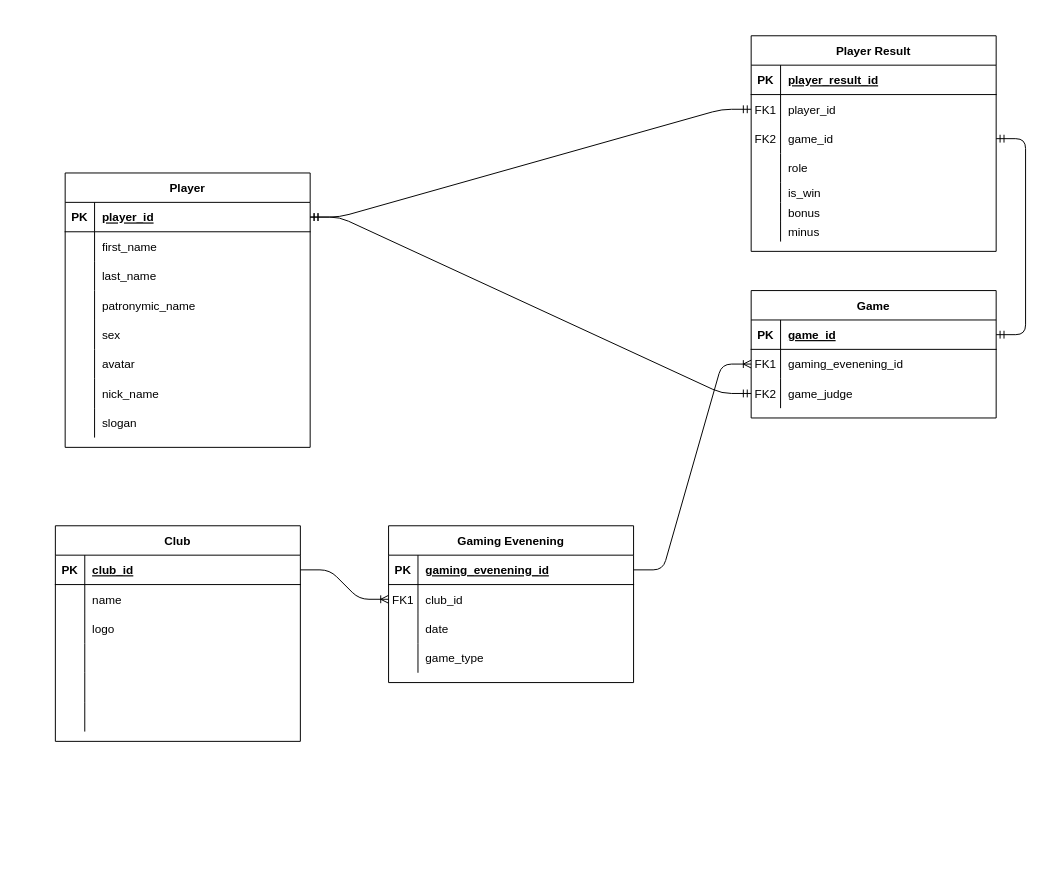
This is docs/Database.drawio from andrey-petritsa/MafiaManager, a draw.io file, before an edit. Source tidied: cells renumbered, new cells numbered last; positions are measured from the earlier drawing's top-left corner, leaving out a move shared by most shapes. Both pictures are drawn from the tidied source at 98%, with x=0, y=0 at pixel (55, 35).
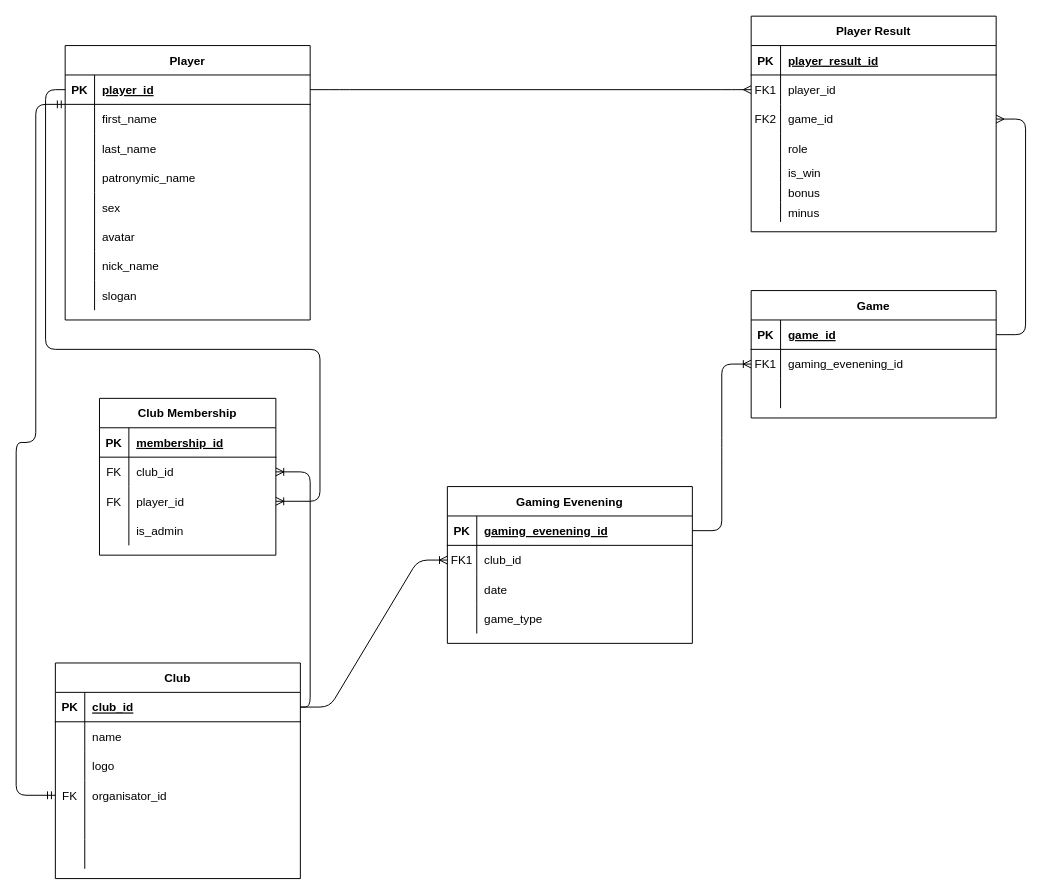
The same diagram, later.

The change refers to these unchanged cells:
```xml
<mxCell id="3" style="shape=partialRectangle;fillColor=none;points=[[0,0.5],[1,0.5]];portConstraint=eastwest;top=0;left=0;right=0;bottom=1;" parent="2" vertex="1">
  <mxGeometry y="30" width="250" height="30" as="geometry" />
</mxCell>
<mxCell id="9" style="shape=partialRectangle;fillColor=none;points=[[0,0.5],[1,0.5]];portConstraint=eastwest;top=0;left=0;right=0;bottom=0;" parent="2" vertex="1">
  <mxGeometry y="90" width="250" height="30" as="geometry" />
</mxCell>
<mxCell id="26" style="shape=partialRectangle;fillColor=none;points=[[0,0.5],[1,0.5]];portConstraint=eastwest;top=0;left=0;right=0;bottom=1;" parent="25" vertex="1">
  <mxGeometry y="30" width="250" height="30" as="geometry" />
</mxCell>
<mxCell id="51" style="shape=partialRectangle;fillColor=none;points=[[0,0.5],[1,0.5]];portConstraint=eastwest;top=0;left=0;right=0;bottom=1;" parent="50" vertex="1">
  <mxGeometry y="30" width="250" height="30" as="geometry" />
</mxCell>
<mxCell id="60" style="shape=partialRectangle;fillColor=none;points=[[0,0.5],[1,0.5]];portConstraint=eastwest;top=0;left=0;right=0;bottom=0;" parent="50" vertex="1">
  <mxGeometry y="120" width="250" height="30" as="geometry" />
</mxCell>
<mxCell id="75" style="shape=partialRectangle;fillColor=none;points=[[0,0.5],[1,0.5]];portConstraint=eastwest;top=0;left=0;right=0;bottom=0;" parent="71" vertex="1">
  <mxGeometry y="60" width="250" height="30" as="geometry" />
</mxCell>
<mxCell id="78" style="shape=partialRectangle;fillColor=none;points=[[0,0.5],[1,0.5]];portConstraint=eastwest;top=0;left=0;right=0;bottom=0;" parent="71" vertex="1">
  <mxGeometry y="90" width="250" height="30" as="geometry" />
</mxCell>
```

Diff of the diagram source:
```diff
@@
-    <mxCell id="10" value="FK2" style="shape=partialRectangle;overflow=hidden;fillColor=none;top=0;left=0;bottom=0;right=0;" parent="9" vertex="1">
+    <mxCell id="10" style="shape=partialRectangle;overflow=hidden;fillColor=none;top=0;left=0;bottom=0;right=0;" parent="9" vertex="1">
       <mxGeometry width="30" height="30" as="geometry" />
     </mxCell>
-    <mxCell id="11" value="game_judge" style="shape=partialRectangle;overflow=hidden;fillColor=none;top=0;left=0;bottom=0;right=0;align=left;spacingLeft=6;" parent="9" vertex="1">
+    <mxCell id="11" style="shape=partialRectangle;overflow=hidden;fillColor=none;top=0;left=0;bottom=0;right=0;align=left;spacingLeft=6;" parent="9" vertex="1">
       <mxGeometry x="30" width="220" height="30" as="geometry" />
     </mxCell>
     <mxCell id="12" value="Gaming Evenening" style="shape=table;startSize=30;childLayout=tableLayout;rowLines=0;fontStyle=1;align=center;" parent="1" vertex="1">
-      <mxGeometry x="340" y="500" width="250" height="160" as="geometry" />
+      <mxGeometry x="400" y="460" width="250" height="160" as="geometry" />
     </mxCell>
@@
     <mxCell id="25" value="Player" style="shape=table;startSize=30;childLayout=tableLayout;rowLines=0;fontStyle=1;align=center;" parent="1" vertex="1">
-      <mxGeometry x="10" y="140" width="250" height="280" as="geometry" />
+      <mxGeometry x="10" y="10" width="250" height="280" as="geometry" />
     </mxCell>
@@
     <mxCell id="50" value="Club" style="shape=table;startSize=30;childLayout=tableLayout;rowLines=0;fontStyle=1;align=center;" parent="1" vertex="1">
-      <mxGeometry y="500" width="250" height="220" as="geometry" />
+      <mxGeometry y="640" width="250" height="220" as="geometry" />
     </mxCell>
@@
-    <mxCell id="61" style="shape=partialRectangle;overflow=hidden;fillColor=none;top=0;left=0;bottom=0;right=0;" parent="60" vertex="1">
+    <mxCell id="61" value="FK" style="shape=partialRectangle;overflow=hidden;fillColor=none;top=0;left=0;bottom=0;right=0;" parent="60" vertex="1">
       <mxGeometry width="30" height="30" as="geometry" />
     </mxCell>
-    <mxCell id="62" style="shape=partialRectangle;overflow=hidden;fillColor=none;top=0;left=0;bottom=0;right=0;align=left;spacingLeft=6;" parent="60" vertex="1">
+    <mxCell id="62" value="organisator_id" style="shape=partialRectangle;overflow=hidden;fillColor=none;top=0;left=0;bottom=0;right=0;align=left;spacingLeft=6;" parent="60" vertex="1">
       <mxGeometry x="30" width="220" height="30" as="geometry" />
     </mxCell>
@@
     <mxCell id="71" value="Player Result" style="shape=table;startSize=30;childLayout=tableLayout;rowLines=0;fontStyle=1;align=center;" parent="1" vertex="1">
-      <mxGeometry x="710" width="250" height="220" as="geometry" />
+      <mxGeometry x="710" y="-20" width="250" height="220" as="geometry" />
     </mxCell>
@@
-    <mxCell id="93" style="edgeStyle=entityRelationEdgeStyle;fontSize=12;html=1;endArrow=ERmandOne;startArrow=ERmandOne;" parent="1" edge="1" source="26" target="75">
+    <mxCell id="93" style="edgeStyle=entityRelationEdgeStyle;fontSize=12;html=1;endArrow=ERmany;startArrow=none;startFill=0;endFill=0;" parent="1" edge="1" source="26" target="75">
       <mxGeometry relative="1" as="geometry" />
     </mxCell>
-    <mxCell id="94" style="edgeStyle=entityRelationEdgeStyle;fontSize=12;html=1;endArrow=ERmandOne;startArrow=ERmandOne;exitX=1;exitY=0.5;exitDx=0;exitDy=0;" parent="1" edge="1" source="3" target="78">
+    <mxCell id="94" style="edgeStyle=entityRelationEdgeStyle;fontSize=12;html=1;endArrow=ERmany;startArrow=none;exitX=1;exitY=0.5;exitDx=0;exitDy=0;startFill=0;endFill=0;" parent="1" edge="1" source="3" target="78">
       <mxGeometry relative="1" as="geometry" />
     </mxCell>
-    <mxCell id="95" style="edgeStyle=entityRelationEdgeStyle;fontSize=12;html=1;endArrow=ERmandOne;startArrow=ERmandOne;" parent="1" edge="1" source="9" target="26">
-      <mxGeometry relative="1" as="geometry" />
-    </mxCell>
+    <mxCell id="96" value="Club Membership" style="shape=table;startSize=30;childLayout=tableLayout;rowLines=0;fontStyle=1;align=center;" parent="1" vertex="1">
+      <mxGeometry x="45" y="370" width="180" height="160" as="geometry" />
+    </mxCell>
+    <mxCell id="97" style="shape=partialRectangle;fillColor=none;top=0;left=0;bottom=1;right=0;" parent="96" vertex="1">
+      <mxGeometry y="30" width="180" height="30" as="geometry" />
+    </mxCell>
+    <mxCell id="98" value="PK" style="shape=partialRectangle;fillColor=none;top=0;left=0;bottom=0;right=0;fontStyle=1;overflow=hidden;" parent="97" vertex="1">
+      <mxGeometry width="30" height="30" as="geometry" />
+    </mxCell>
+    <mxCell id="99" value="membership_id" style="shape=partialRectangle;fillColor=none;top=0;left=0;bottom=0;right=0;align=left;spacingLeft=6;fontStyle=5;overflow=hidden;" parent="97" vertex="1">
+      <mxGeometry x="30" width="150" height="30" as="geometry" />
+    </mxCell>
+    <mxCell id="100" style="shape=partialRectangle;fillColor=none;top=0;left=0;bottom=0;right=0;points=[[0,0.5],[1,0.5]];portConstraint=eastwest;" parent="96" vertex="1">
+      <mxGeometry y="60" width="180" height="30" as="geometry" />
+    </mxCell>
+    <mxCell id="101" value="FK" style="shape=partialRectangle;fillColor=none;top=0;left=0;bottom=0;right=0;overflow=hidden;" parent="100" vertex="1">
+      <mxGeometry width="30" height="30" as="geometry" />
+    </mxCell>
+    <mxCell id="102" value="club_id" style="shape=partialRectangle;fillColor=none;top=0;left=0;bottom=0;right=0;align=left;spacingLeft=6;overflow=hidden;" parent="100" vertex="1">
+      <mxGeometry x="30" width="150" height="30" as="geometry" />
+    </mxCell>
+    <mxCell id="103" style="shape=partialRectangle;fillColor=none;top=0;left=0;bottom=0;right=0;points=[[0,0.5],[1,0.5]];portConstraint=eastwest;" parent="96" vertex="1">
+      <mxGeometry y="90" width="180" height="30" as="geometry" />
+    </mxCell>
+    <mxCell id="104" value="FK" style="shape=partialRectangle;fillColor=none;top=0;left=0;bottom=0;right=0;overflow=hidden;" parent="103" vertex="1">
+      <mxGeometry width="30" height="30" as="geometry" />
+    </mxCell>
+    <mxCell id="105" value="player_id" style="shape=partialRectangle;fillColor=none;top=0;left=0;bottom=0;right=0;align=left;spacingLeft=6;overflow=hidden;" parent="103" vertex="1">
+      <mxGeometry x="30" width="150" height="30" as="geometry" />
+    </mxCell>
+    <mxCell id="106" style="shape=partialRectangle;fillColor=none;top=0;left=0;bottom=0;right=0;" parent="96" vertex="1">
+      <mxGeometry y="120" width="180" height="30" as="geometry" />
+    </mxCell>
+    <mxCell id="107" style="shape=partialRectangle;fillColor=none;top=0;left=0;bottom=0;right=0;overflow=hidden;" parent="106" vertex="1">
+      <mxGeometry width="30" height="30" as="geometry" />
+    </mxCell>
+    <mxCell id="108" value="is_admin" style="shape=partialRectangle;fillColor=none;top=0;left=0;bottom=0;right=0;align=left;spacingLeft=6;overflow=hidden;" parent="106" vertex="1">
+      <mxGeometry x="30" width="150" height="30" as="geometry" />
+    </mxCell>
+    <mxCell id="109" style="edgeStyle=orthogonalEdgeStyle;fontSize=12;html=1;endArrow=ERmandOne;startArrow=ERmandOne;" parent="1" edge="1" source="26" target="60">
+      <mxGeometry relative="1" as="geometry">
+        <Array as="points">
+          <mxPoint x="-20" y="70" />
+          <mxPoint x="-20" y="415" />
+          <mxPoint x="-40" y="415" />
+          <mxPoint x="-40" y="775" />
+        </Array>
+      </mxGeometry>
+    </mxCell>
+    <mxCell id="110" style="edgeStyle=orthogonalEdgeStyle;fontSize=12;html=1;endArrow=ERoneToMany;" parent="1" edge="1" source="26" target="103">
+      <mxGeometry relative="1" as="geometry">
+        <Array as="points">
+          <mxPoint x="-10" y="55" />
+          <mxPoint x="-10" y="320" />
+          <mxPoint x="270" y="320" />
+          <mxPoint x="270" y="475" />
+        </Array>
+      </mxGeometry>
+    </mxCell>
+    <mxCell id="111" style="edgeStyle=orthogonalEdgeStyle;fontSize=12;html=1;endArrow=ERoneToMany;entryX=1;entryY=0.5;entryDx=0;entryDy=0;" parent="1" edge="1" source="51" target="100">
+      <mxGeometry relative="1" as="geometry" />
+    </mxCell>
```
